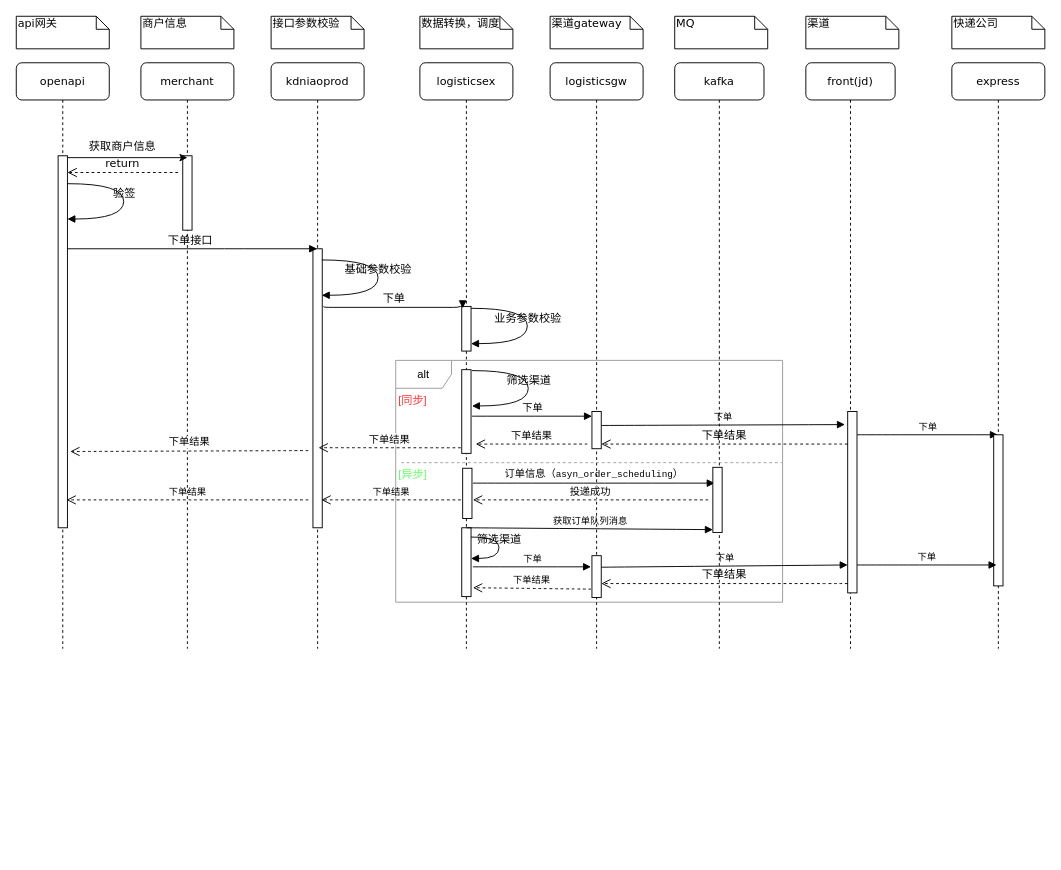
Earlier version of the draw.io diagram 上门取件下单.drawio (unclequentin/diagrams). Source tidied: cells renumbered, new cells numbered last; positions are measured from the earlier drawing's top-left corner, leaving out a move shared by most shapes. Both pictures are drawn from the tidied source at 93%, with x=0, y=0 at pixel (16, 16).
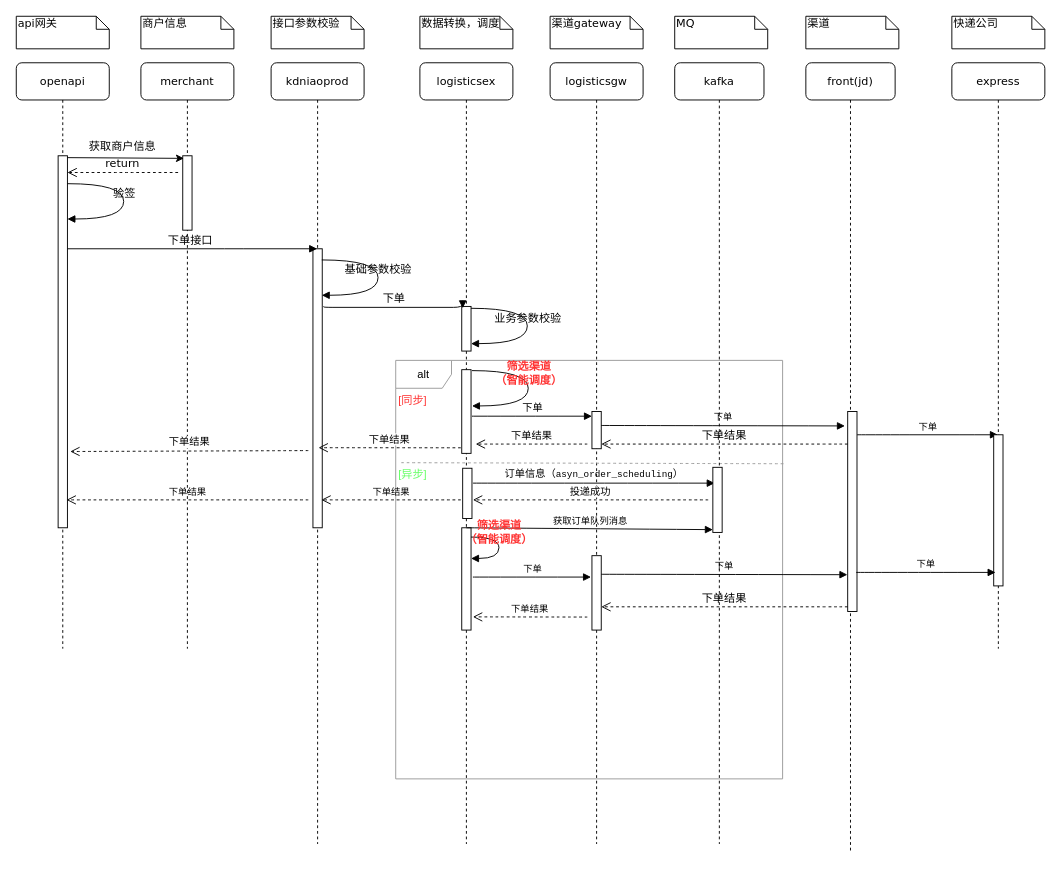
After the change.

Commit message:
更新上门取件下单.drawio

The change refers to these unchanged cells:
```xml
<mxCell id="21" style="html=1;points=[];perimeter=orthogonalPerimeter;rounded=0;shadow=0;comic=0;labelBackgroundColor=none;strokeWidth=1;fontFamily=Verdana;fontSize=12;align=center;" parent="20" vertex="1">
  <mxGeometry x="45" y="100" width="10" height="80" as="geometry" />
</mxCell>
<mxCell id="33" style="html=1;points=[];perimeter=orthogonalPerimeter;rounded=0;shadow=0;comic=0;labelBackgroundColor=none;strokeWidth=1;fontFamily=Verdana;fontSize=12;align=center;" parent="32" vertex="1">
  <mxGeometry x="45" y="100" width="10" height="400" as="geometry" />
</mxCell>
```

The edit, as a diff of the source:
```diff
@@
     <mxCell id="2" value="alt" style="shape=umlFrame;whiteSpace=wrap;html=1;strokeColor=#999999;" parent="1" vertex="1">
-      <mxGeometry x="408" y="370" width="416" height="260" as="geometry" />
+      <mxGeometry x="408" y="370" width="416" height="450" as="geometry" />
     </mxCell>
     <mxCell id="3" value="kdniaoprod" style="shape=umlLifeline;perimeter=lifelinePerimeter;whiteSpace=wrap;html=1;outlineConnect=0;rounded=1;shadow=0;comic=0;labelBackgroundColor=none;strokeWidth=1;fontFamily=Verdana;fontSize=12;align=center;" parent="1" vertex="1">
-      <mxGeometry x="274" y="50" width="100" height="630" as="geometry" />
+      <mxGeometry x="274" y="50" width="100" height="840" as="geometry" />
     </mxCell>
@@
     <mxCell id="5" value="logisticsex" style="shape=umlLifeline;perimeter=lifelinePerimeter;whiteSpace=wrap;html=1;rounded=1;shadow=0;comic=0;labelBackgroundColor=none;strokeWidth=1;fontFamily=Verdana;fontSize=12;align=center;" parent="1" vertex="1">
-      <mxGeometry x="434" y="50" width="100" height="630" as="geometry" />
+      <mxGeometry x="434" y="50" width="100" height="840" as="geometry" />
     </mxCell>
@@
     <mxCell id="10" style="html=1;points=[];perimeter=orthogonalPerimeter;fontSize=10;fontColor=#000000;" parent="5" vertex="1">
-      <mxGeometry x="45" y="500" width="10" height="74" as="geometry" />
+      <mxGeometry x="45" y="500" width="10" height="110" as="geometry" />
     </mxCell>
@@
-    <mxCell id="12" value="筛选渠道" style="html=1;verticalAlign=bottom;endArrow=block;labelBackgroundColor=none;fontFamily=Verdana;fontSize=12;elbow=vertical;edgeStyle=orthogonalEdgeStyle;curved=1;" parent="5" edge="1">
+    <mxCell id="12" value="&lt;b style=&quot;border-color: var(--border-color);&quot;&gt;&lt;font style=&quot;border-color: var(--border-color);&quot; color=&quot;#ff3333&quot;&gt;筛选渠道&lt;br style=&quot;border-color: var(--border-color);&quot;&gt;（智能调度）&lt;/font&gt;&lt;/b&gt;" style="html=1;verticalAlign=bottom;endArrow=block;labelBackgroundColor=none;fontFamily=Verdana;fontSize=12;elbow=vertical;edgeStyle=orthogonalEdgeStyle;curved=1;" parent="5" edge="1">
       <mxGeometry relative="1" as="geometry">
         <mxPoint x="55" y="510" as="sourcePoint" />
         <mxPoint x="55" y="533" as="targetPoint" />
         <Array as="points">
           <mxPoint x="85" y="510" />
           <mxPoint x="85" y="533" />
           <mxPoint x="55" y="533" />
         </Array>
       </mxGeometry>
     </mxCell>
     <mxCell id="13" value="logisticsgw" style="shape=umlLifeline;perimeter=lifelinePerimeter;whiteSpace=wrap;html=1;rounded=1;shadow=0;comic=0;labelBackgroundColor=none;strokeWidth=1;fontFamily=Verdana;fontSize=12;align=center;" parent="1" vertex="1">
-      <mxGeometry x="574" y="50" width="100" height="630" as="geometry" />
+      <mxGeometry x="574" y="50" width="100" height="840" as="geometry" />
     </mxCell>
     <mxCell id="14" style="html=1;points=[];perimeter=orthogonalPerimeter;rounded=0;shadow=0;comic=0;labelBackgroundColor=none;strokeWidth=1;fontFamily=Verdana;fontSize=12;align=center;" parent="13" vertex="1">
-      <mxGeometry x="45" y="530" width="10" height="45" as="geometry" />
+      <mxGeometry x="45" y="530" width="10" height="80" as="geometry" />
     </mxCell>
     <mxCell id="15" value="front(jd)" style="shape=umlLifeline;perimeter=lifelinePerimeter;whiteSpace=wrap;html=1;rounded=1;shadow=0;comic=0;labelBackgroundColor=none;strokeWidth=1;fontFamily=Verdana;fontSize=12;align=center;" parent="1" vertex="1">
-      <mxGeometry x="849" y="50" width="96" height="630" as="geometry" />
+      <mxGeometry x="849" y="50" width="96" height="850" as="geometry" />
     </mxCell>
     <mxCell id="16" style="html=1;points=[];perimeter=orthogonalPerimeter;rounded=0;shadow=0;comic=0;labelBackgroundColor=none;strokeWidth=1;fontFamily=Verdana;fontSize=12;align=center;" parent="15" vertex="1">
-      <mxGeometry x="45" y="375" width="10" height="195" as="geometry" />
+      <mxGeometry x="45" y="375" width="10" height="215" as="geometry" />
     </mxCell>
@@
-    <mxCell id="36" style="endArrow=classic;html=1;rounded=0;exitX=1;exitY=0.005;exitDx=0;exitDy=0;exitPerimeter=0;entryX=0.5;entryY=0.025;entryDx=0;entryDy=0;entryPerimeter=0;" parent="1" edge="1" source="33" target="21">
+    <mxCell id="36" style="endArrow=classic;html=1;rounded=0;exitX=1;exitY=0.005;exitDx=0;exitDy=0;exitPerimeter=0;entryX=0.124;entryY=0.035;entryDx=0;entryDy=0;entryPerimeter=0;" parent="1" edge="1" source="33" target="21">
       <mxGeometry relative="1" as="geometry" />
     </mxCell>
@@
-    <mxCell id="41" style="endArrow=none;dashed=1;html=1;rounded=0;curved=1;entryX=1;entryY=0.423;entryDx=0;entryDy=0;entryPerimeter=0;strokeColor=#999999;" parent="1" edge="1" target="2">
+    <mxCell id="41" style="endArrow=none;dashed=1;html=1;rounded=0;curved=1;entryX=1.004;entryY=0.247;entryDx=0;entryDy=0;entryPerimeter=0;strokeColor=#999999;" parent="1" edge="1" target="2">
       <mxGeometry relative="1" as="geometry">
         <mxPoint x="414" y="480" as="sourcePoint" />
       </mxGeometry>
     </mxCell>
@@
-    <mxCell id="43" value="筛选渠道" style="html=1;verticalAlign=bottom;endArrow=block;labelBackgroundColor=none;fontFamily=Verdana;fontSize=12;elbow=vertical;edgeStyle=orthogonalEdgeStyle;curved=1;" parent="1" edge="1">
-      <mxGeometry relative="1" as="geometry">
+    <mxCell id="43" value="&lt;b&gt;&lt;font color=&quot;#ff3333&quot;&gt;筛选渠道&lt;br&gt;（智能调度）&lt;/font&gt;&lt;/b&gt;" style="html=1;verticalAlign=bottom;endArrow=block;labelBackgroundColor=none;fontFamily=Verdana;fontSize=12;elbow=vertical;edgeStyle=orthogonalEdgeStyle;curved=1;" parent="1" edge="1">
+      <mxGeometry x="0.01" relative="1" as="geometry">
         <mxPoint x="490" y="381" as="sourcePoint" />
         <mxPoint x="490" y="419" as="targetPoint" />
         <Array as="points">
           <mxPoint x="550.5" y="381" />
           <mxPoint x="550.5" y="419" />
         </Array>
       </mxGeometry>
     </mxCell>
@@
     <mxCell id="46" value="kafka" style="shape=umlLifeline;perimeter=lifelinePerimeter;whiteSpace=wrap;html=1;rounded=1;shadow=0;comic=0;labelBackgroundColor=none;strokeWidth=1;fontFamily=Verdana;fontSize=12;align=center;" parent="1" vertex="1">
-      <mxGeometry x="708" y="50" width="96" height="630" as="geometry" />
+      <mxGeometry x="708" y="50" width="96" height="840" as="geometry" />
     </mxCell>
@@
-    <mxCell id="48" value="下单" style="html=1;verticalAlign=bottom;endArrow=block;rounded=0;labelBackgroundColor=none;fontSize=10;fontColor=#000000;curved=1;exitX=0.54;exitY=0.686;exitDx=0;exitDy=0;exitPerimeter=0;" parent="46" edge="1">
+    <mxCell id="48" value="下单" style="html=1;verticalAlign=bottom;endArrow=block;rounded=0;labelBackgroundColor=none;fontSize=10;fontColor=#000000;curved=1;entryX=-0.033;entryY=0.816;entryDx=0;entryDy=0;entryPerimeter=0;" parent="46" edge="1" target="16">
       <mxGeometry relative="1" as="geometry">
-        <mxPoint x="-79" y="542.4" as="sourcePoint" />
-        <mxPoint x="186" y="540" as="targetPoint" />
+        <mxPoint x="-79" y="550" as="sourcePoint" />
       </mxGeometry>
     </mxCell>
@@
     <mxCell id="52" value="下单" style="html=1;verticalAlign=bottom;endArrow=block;rounded=0;labelBackgroundColor=none;fontSize=10;fontColor=#000000;curved=1;entryX=0.2;entryY=0.222;entryDx=0;entryDy=0;entryPerimeter=0;" parent="1" edge="1">
       <mxGeometry relative="1" as="geometry">
-        <mxPoint x="491" y="592" as="sourcePoint" />
-        <mxPoint x="618" y="592" as="targetPoint" />
+        <mxPoint x="491" y="603" as="sourcePoint" />
+        <mxPoint x="618" y="603" as="targetPoint" />
       </mxGeometry>
     </mxCell>
@@
     <mxCell id="55" value="下单结果" style="html=1;verticalAlign=bottom;endArrow=open;dashed=1;endSize=8;labelBackgroundColor=none;fontFamily=Verdana;fontSize=12;edgeStyle=elbowEdgeStyle;elbow=vertical;" parent="1" edge="1">
       <mxGeometry relative="1" as="geometry">
-        <mxPoint x="894" y="610" as="sourcePoint" />
-        <mxPoint x="629" y="610" as="targetPoint" />
+        <mxPoint x="894" y="635" as="sourcePoint" />
+        <mxPoint x="629" y="635" as="targetPoint" />
         <Array as="points">
-          <mxPoint x="878" y="610" />
-          <mxPoint x="908" y="610" />
+          <mxPoint x="878" y="635" />
+          <mxPoint x="908" y="635" />
         </Array>
       </mxGeometry>
     </mxCell>
-    <mxCell id="56" value="下单结果" style="html=1;verticalAlign=bottom;endArrow=open;dashed=1;endSize=8;rounded=0;labelBackgroundColor=none;fontSize=10;fontColor=#000000;curved=1;entryX=1.2;entryY=0.871;entryDx=0;entryDy=0;entryPerimeter=0;exitX=-0.1;exitY=0.8;exitDx=0;exitDy=0;exitPerimeter=0;" parent="1" edge="1" source="14" target="10">
-      <mxGeometry relative="1" as="geometry" />
+    <mxCell id="56" value="下单结果" style="html=1;verticalAlign=bottom;endArrow=open;dashed=1;endSize=8;rounded=0;labelBackgroundColor=none;fontSize=10;fontColor=#000000;curved=1;entryX=1.2;entryY=0.871;entryDx=0;entryDy=0;entryPerimeter=0;" parent="1" edge="1" target="10">
+      <mxGeometry relative="1" as="geometry">
+        <mxPoint x="614" y="646" as="sourcePoint" />
+      </mxGeometry>
     </mxCell>
@@
     <mxCell id="59" value="下单" style="html=1;verticalAlign=bottom;endArrow=block;rounded=0;labelBackgroundColor=none;fontSize=10;fontColor=#000000;curved=1;" parent="1" edge="1">
       <mxGeometry relative="1" as="geometry">
-        <mxPoint x="904" y="590" as="sourcePoint" />
-        <mxPoint x="1054" y="590" as="targetPoint" />
+        <mxPoint x="903" y="598" as="sourcePoint" />
+        <mxPoint x="1053" y="598" as="targetPoint" />
       </mxGeometry>
     </mxCell>
```
